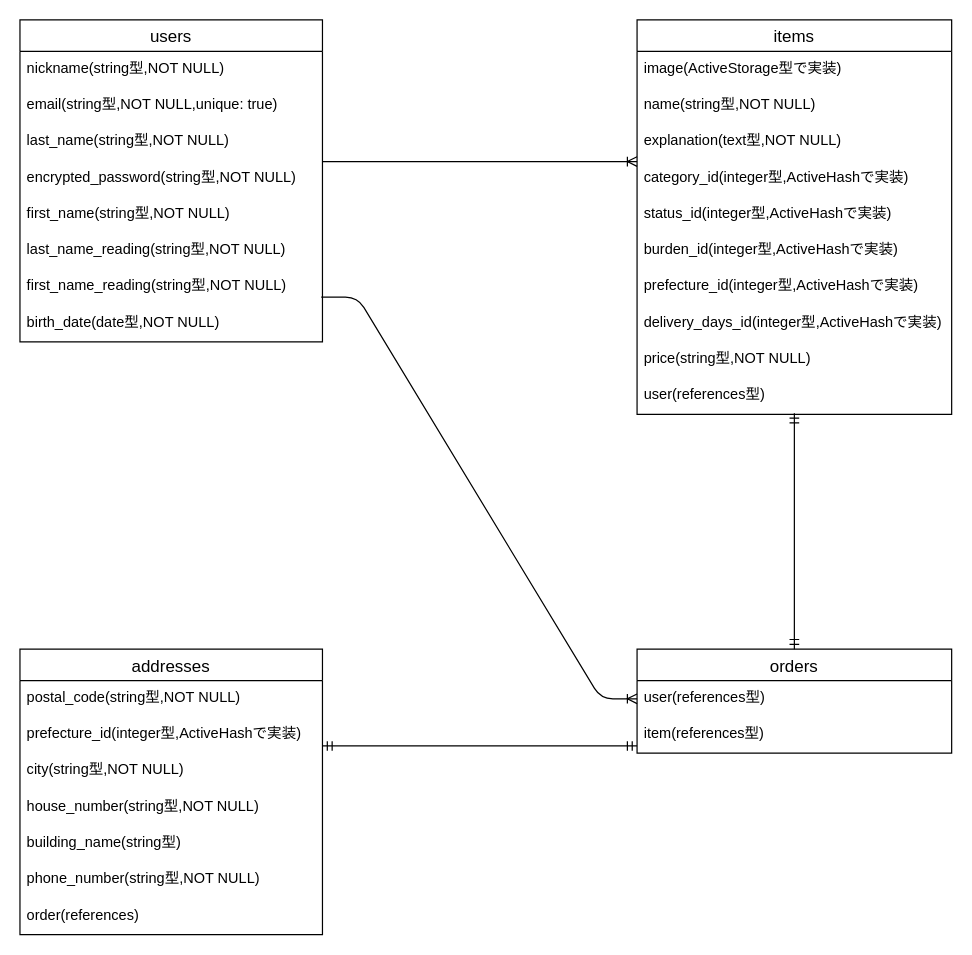
Above: DB.dio in hiromasa-horikoshi/furima-33007 (draw.io), before the change. Source tidied: cells renumbered, new cells numbered last; positions are measured from the earlier drawing's top-left corner, leaving out a move shared by most shapes. Both pictures are drawn from the tidied source at 121%, with x=0, y=0 at pixel (19, 19).
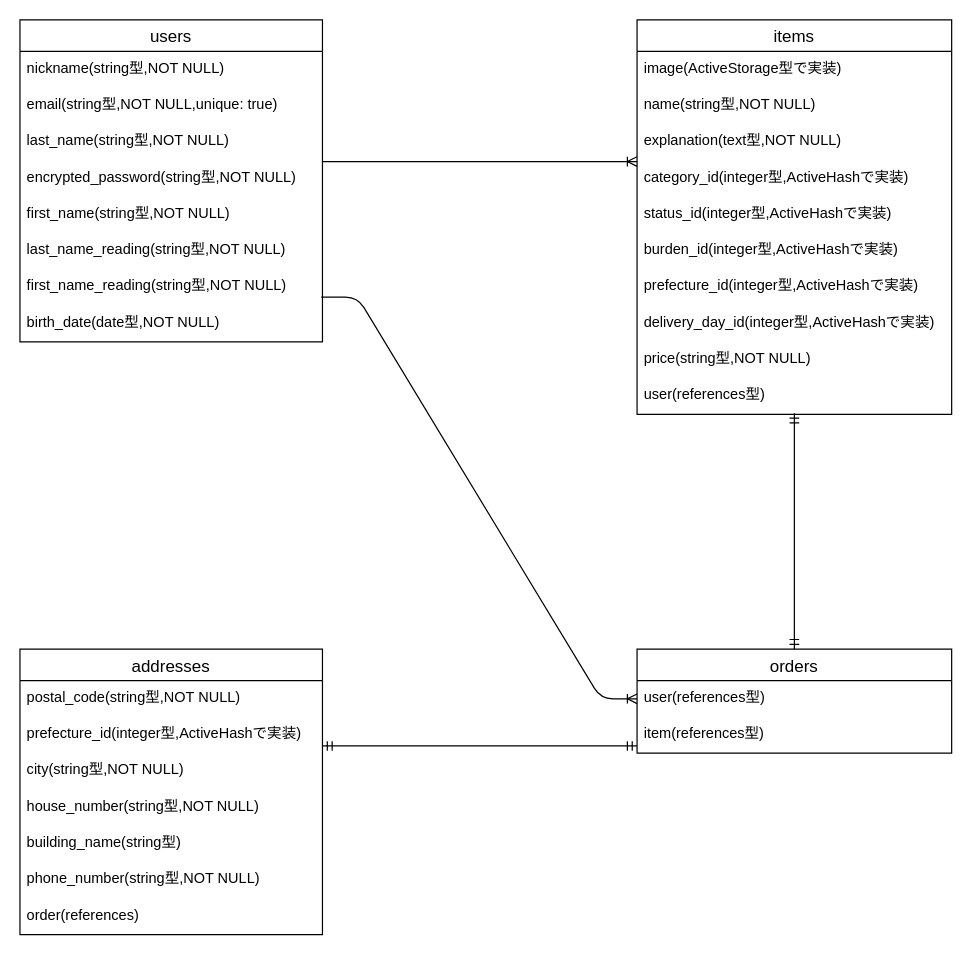
Above is the later version.

Unchanged cells that the change refers to:
```xml
<mxCell id="10" value="items" style="swimlane;fontStyle=0;horizontal=1;startSize=26;align=center;fontSize=14;" parent="1" vertex="1">
  <mxGeometry x="510" width="260" height="326" as="geometry" />
</mxCell>
```

Diff of the diagram source:
```diff
@@
-    <mxCell id="18" value="delivery_days_id(integer型,ActiveHashで実装)" style="text;strokeColor=none;fillColor=none;spacingLeft=4;spacingRight=4;overflow=hidden;fontSize=12;" parent="10" vertex="1">
+    <mxCell id="18" value="delivery_day_id(integer型,ActiveHashで実装)" style="text;strokeColor=none;fillColor=none;spacingLeft=4;spacingRight=4;overflow=hidden;fontSize=12;" parent="10" vertex="1">
       <mxGeometry y="236" width="260" height="30" as="geometry" />
     </mxCell>
```
